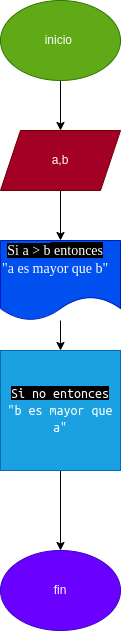
Above: diagrama.png in alam2408/mayor_2enteros (draw.io), before the change. Source tidied: cells renumbered, new cells last; positions are measured from the earlier drawing's top-left corner, leaving out a move shared by most shapes.
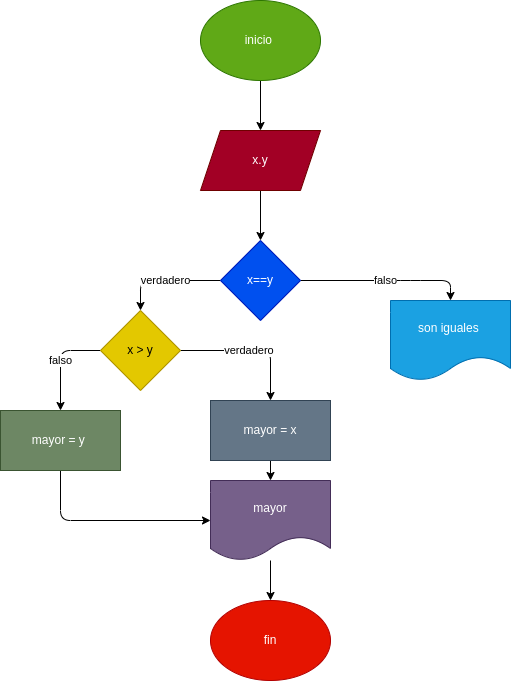
After the change.

Commit message:
subir archivo

Change to the diagram source:
```diff
@@ -8,26 +8,77 @@
     <mxCell id="3" value="inicio&amp;nbsp;" style="ellipse;whiteSpace=wrap;html=1;fillColor=#60a917;fontColor=#ffffff;strokeColor=#2D7600;" parent="1" vertex="1">
       <mxGeometry width="120" height="80" as="geometry" />
     </mxCell>
-    <mxCell id="4" style="edgeStyle=none;html=1;fontFamily=Verdana;" parent="1" edge="1" source="5" target="10">
-      <mxGeometry relative="1" as="geometry" />
-    </mxCell>
-    <mxCell id="5" value="&lt;div style=&quot;&quot;&gt;&lt;span style=&quot;background-color: rgb(0, 0, 0); color: rgb(255, 255, 255); font-family: &amp;quot;Söhne Mono&amp;quot;, Monaco, &amp;quot;Andale Mono&amp;quot;, &amp;quot;Ubuntu Mono&amp;quot;, monospace; font-size: 14px;&quot;&gt;Si no entonces&lt;/span&gt;&lt;/div&gt;&lt;span style=&quot;color: rgb(255, 255, 255); font-family: &amp;quot;Söhne Mono&amp;quot;, Monaco, &amp;quot;Andale Mono&amp;quot;, &amp;quot;Ubuntu Mono&amp;quot;, monospace; font-size: 14px; font-style: normal; font-variant-ligatures: normal; font-variant-caps: normal; font-weight: 400; letter-spacing: normal; orphans: 2; text-indent: 0px; text-transform: none; widows: 2; word-spacing: 0px; -webkit-text-stroke-width: 0px; background-color: rgb(0, 0, 0); text-decoration-thickness: initial; text-decoration-style: initial; text-decoration-color: initial; float: none; display: inline !important;&quot;&gt;&lt;div style=&quot;&quot;&gt;&quot;&lt;span style=&quot;border: 0px solid rgb(217, 217, 227); box-sizing: border-box; --tw-border-spacing-x:0; --tw-border-spacing-y:0; --tw-translate-x:0; --tw-translate-y:0; --tw-rotate:0; --tw-skew-x:0; --tw-skew-y:0; --tw-scale-x:1; --tw-scale-y:1; --tw-pan-x: ; --tw-pan-y: ; --tw-pinch-zoom: ; --tw-scroll-snap-strictness:proximity; --tw-ordinal: ; --tw-slashed-zero: ; --tw-numeric-figure: ; --tw-numeric-spacing: ; --tw-numeric-fraction: ; --tw-ring-inset: ; --tw-ring-offset-width:0px; --tw-ring-offset-color:#fff; --tw-ring-color:rgba(59,130,246,0.5); --tw-ring-offset-shadow:0 0 transparent; --tw-ring-shadow:0 0 transparent; --tw-shadow:0 0 transparent; --tw-shadow-colored:0 0 transparent; --tw-blur: ; --tw-brightness: ; --tw-contrast: ; --tw-grayscale: ; --tw-hue-rotate: ; --tw-invert: ; --tw-saturate: ; --tw-sepia: ; --tw-drop-shadow: ; --tw-backdrop-blur: ; --tw-backdrop-brightness: ; --tw-backdrop-contrast: ; --tw-backdrop-grayscale: ; --tw-backdrop-hue-rotate: ; --tw-backdrop-invert: ; --tw-backdrop-opacity: ; --tw-backdrop-saturate: ; --tw-backdrop-sepia: ;&quot; class=&quot;hljs-selector-tag&quot;&gt;b&lt;/span&gt; es mayor que &lt;span style=&quot;border: 0px solid rgb(217, 217, 227); box-sizing: border-box; --tw-border-spacing-x:0; --tw-border-spacing-y:0; --tw-translate-x:0; --tw-translate-y:0; --tw-rotate:0; --tw-skew-x:0; --tw-skew-y:0; --tw-scale-x:1; --tw-scale-y:1; --tw-pan-x: ; --tw-pan-y: ; --tw-pinch-zoom: ; --tw-scroll-snap-strictness:proximity; --tw-ordinal: ; --tw-slashed-zero: ; --tw-numeric-figure: ; --tw-numeric-spacing: ; --tw-numeric-fraction: ; --tw-ring-inset: ; --tw-ring-offset-width:0px; --tw-ring-offset-color:#fff; --tw-ring-color:rgba(59,130,246,0.5); --tw-ring-offset-shadow:0 0 transparent; --tw-ring-shadow:0 0 transparent; --tw-shadow:0 0 transparent; --tw-shadow-colored:0 0 transparent; --tw-blur: ; --tw-brightness: ; --tw-contrast: ; --tw-grayscale: ; --tw-hue-rotate: ; --tw-invert: ; --tw-saturate: ; --tw-sepia: ; --tw-drop-shadow: ; --tw-backdrop-blur: ; --tw-backdrop-brightness: ; --tw-backdrop-contrast: ; --tw-backdrop-grayscale: ; --tw-backdrop-hue-rotate: ; --tw-backdrop-invert: ; --tw-backdrop-opacity: ; --tw-backdrop-saturate: ; --tw-backdrop-sepia: ;&quot; class=&quot;hljs-selector-tag&quot;&gt;a&lt;/span&gt;&quot;&lt;/div&gt;&lt;/span&gt;" style="whiteSpace=wrap;html=1;align=center;fillColor=#1ba1e2;fontColor=#ffffff;strokeColor=#006EAF;" parent="1" vertex="1">
-      <mxGeometry y="350" width="120" height="120" as="geometry" />
-    </mxCell>
-    <mxCell id="6" style="edgeStyle=none;html=1;entryX=0.5;entryY=0;entryDx=0;entryDy=0;fontFamily=Verdana;" parent="1" edge="1" source="7" target="9">
-      <mxGeometry relative="1" as="geometry" />
+    <mxCell id="6" style="edgeStyle=none;html=1;entryX=0.5;entryY=0;entryDx=0;entryDy=0;fontFamily=Verdana;" parent="1" edge="1" source="7">
+      <mxGeometry relative="1" as="geometry">
+        <mxPoint x="60" y="240" as="targetPoint" />
+      </mxGeometry>
     </mxCell>
-    <mxCell id="7" value="a,b" style="shape=parallelogram;perimeter=parallelogramPerimeter;whiteSpace=wrap;html=1;fixedSize=1;fillColor=#a20025;fontColor=#ffffff;strokeColor=#6F0000;" parent="1" vertex="1">
+    <mxCell id="7" value="x.y" style="shape=parallelogram;perimeter=parallelogramPerimeter;whiteSpace=wrap;html=1;fixedSize=1;fillColor=#a20025;fontColor=#ffffff;strokeColor=#6F0000;" parent="1" vertex="1">
       <mxGeometry y="130" width="120" height="60" as="geometry" />
     </mxCell>
-    <mxCell id="8" style="edgeStyle=none;html=1;fontFamily=Verdana;" parent="1" edge="1" source="9" target="5">
-      <mxGeometry relative="1" as="geometry" />
-    </mxCell>
-    <mxCell id="9" value="&lt;p style=&quot;line-height: 100%;&quot;&gt;&lt;/p&gt;&lt;div style=&quot;text-align: center;&quot;&gt;&lt;font style=&quot;background-color: initial;&quot; face=&quot;Verdana&quot;&gt;&lt;span style=&quot;color: rgb(255, 255, 255); font-size: 14px; background-color: rgb(0, 0, 0);&quot;&gt;Si &lt;/span&gt;&lt;span style=&quot;border: 0px solid rgb(217, 217, 227); box-sizing: border-box; --tw-border-spacing-x:0; --tw-border-spacing-y:0; --tw-translate-x:0; --tw-translate-y:0; --tw-rotate:0; --tw-skew-x:0; --tw-skew-y:0; --tw-scale-x:1; --tw-scale-y:1; --tw-pan-x: ; --tw-pan-y: ; --tw-pinch-zoom: ; --tw-scroll-snap-strictness:proximity; --tw-ordinal: ; --tw-slashed-zero: ; --tw-numeric-figure: ; --tw-numeric-spacing: ; --tw-numeric-fraction: ; --tw-ring-inset: ; --tw-ring-offset-width:0px; --tw-ring-offset-color:#fff; --tw-ring-color:rgba(59,130,246,0.5); --tw-ring-offset-shadow:0 0 transparent; --tw-ring-shadow:0 0 transparent; --tw-shadow:0 0 transparent; --tw-shadow-colored:0 0 transparent; --tw-blur: ; --tw-brightness: ; --tw-contrast: ; --tw-grayscale: ; --tw-hue-rotate: ; --tw-invert: ; --tw-saturate: ; --tw-sepia: ; --tw-drop-shadow: ; --tw-backdrop-blur: ; --tw-backdrop-brightness: ; --tw-backdrop-contrast: ; --tw-backdrop-grayscale: ; --tw-backdrop-hue-rotate: ; --tw-backdrop-invert: ; --tw-backdrop-opacity: ; --tw-backdrop-saturate: ; --tw-backdrop-sepia: ; color: rgb(255, 255, 255); font-size: 14px; background-color: rgb(0, 0, 0);&quot; class=&quot;hljs-selector-tag&quot;&gt;a&lt;/span&gt;&lt;span style=&quot;color: rgb(255, 255, 255); font-size: 14px; background-color: rgb(0, 0, 0);&quot;&gt; &amp;gt; &lt;/span&gt;&lt;span style=&quot;border: 0px solid rgb(217, 217, 227); box-sizing: border-box; --tw-border-spacing-x:0; --tw-border-spacing-y:0; --tw-translate-x:0; --tw-translate-y:0; --tw-rotate:0; --tw-skew-x:0; --tw-skew-y:0; --tw-scale-x:1; --tw-scale-y:1; --tw-pan-x: ; --tw-pan-y: ; --tw-pinch-zoom: ; --tw-scroll-snap-strictness:proximity; --tw-ordinal: ; --tw-slashed-zero: ; --tw-numeric-figure: ; --tw-numeric-spacing: ; --tw-numeric-fraction: ; --tw-ring-inset: ; --tw-ring-offset-width:0px; --tw-ring-offset-color:#fff; --tw-ring-color:rgba(59,130,246,0.5); --tw-ring-offset-shadow:0 0 transparent; --tw-ring-shadow:0 0 transparent; --tw-shadow:0 0 transparent; --tw-shadow-colored:0 0 transparent; --tw-blur: ; --tw-brightness: ; --tw-contrast: ; --tw-grayscale: ; --tw-hue-rotate: ; --tw-invert: ; --tw-saturate: ; --tw-sepia: ; --tw-drop-shadow: ; --tw-backdrop-blur: ; --tw-backdrop-brightness: ; --tw-backdrop-contrast: ; --tw-backdrop-grayscale: ; --tw-backdrop-hue-rotate: ; --tw-backdrop-invert: ; --tw-backdrop-opacity: ; --tw-backdrop-saturate: ; --tw-backdrop-sepia: ; color: rgb(255, 255, 255); font-size: 14px; background-color: rgb(0, 0, 0);&quot; class=&quot;hljs-selector-tag&quot;&gt;b&lt;/span&gt;&lt;/font&gt;&lt;span style=&quot;color: rgb(255, 255, 255); font-size: 14px; background-color: rgb(0, 0, 0);&quot;&gt;&lt;font face=&quot;Verdana&quot;&gt; entonces&lt;/font&gt;&lt;/span&gt;&lt;/div&gt;&lt;span style=&quot;orphans: 2; text-indent: 0px; widows: 2; background-color: rgb(0, 0, 0); text-decoration-thickness: initial; text-decoration-style: initial; text-decoration-color: initial; float: none; display: inline !important;&quot;&gt;&lt;div style=&quot;color: rgb(255, 255, 255); font-size: 14px; font-style: normal; font-variant-ligatures: normal; font-variant-caps: normal; font-weight: 400; letter-spacing: normal; text-transform: none; word-spacing: 0px; -webkit-text-stroke-width: 0px; text-align: center;&quot;&gt;&lt;span style=&quot;font-family: Verdana;&quot;&gt;&quot;&lt;/span&gt;&lt;span style=&quot;font-family: Verdana; border: 0px solid rgb(217, 217, 227); box-sizing: border-box; --tw-border-spacing-x:0; --tw-border-spacing-y:0; --tw-translate-x:0; --tw-translate-y:0; --tw-rotate:0; --tw-skew-x:0; --tw-skew-y:0; --tw-scale-x:1; --tw-scale-y:1; --tw-pan-x: ; --tw-pan-y: ; --tw-pinch-zoom: ; --tw-scroll-snap-strictness:proximity; --tw-ordinal: ; --tw-slashed-zero: ; --tw-numeric-figure: ; --tw-numeric-spacing: ; --tw-numeric-fraction: ; --tw-ring-inset: ; --tw-ring-offset-width:0px; --tw-ring-offset-color:#fff; --tw-ring-color:rgba(59,130,246,0.5); --tw-ring-offset-shadow:0 0 transparent; --tw-ring-shadow:0 0 transparent; --tw-shadow:0 0 transparent; --tw-shadow-colored:0 0 transparent; --tw-blur: ; --tw-brightness: ; --tw-contrast: ; --tw-grayscale: ; --tw-hue-rotate: ; --tw-invert: ; --tw-saturate: ; --tw-sepia: ; --tw-drop-shadow: ; --tw-backdrop-blur: ; --tw-backdrop-brightness: ; --tw-backdrop-contrast: ; --tw-backdrop-grayscale: ; --tw-backdrop-hue-rotate: ; --tw-backdrop-invert: ; --tw-backdrop-opacity: ; --tw-backdrop-saturate: ; --tw-backdrop-sepia: ;&quot; class=&quot;hljs-selector-tag&quot;&gt;a&lt;/span&gt;&lt;span style=&quot;font-family: Verdana;&quot;&gt; es mayor que &lt;/span&gt;&lt;span style=&quot;font-family: Verdana; border: 0px solid rgb(217, 217, 227); box-sizing: border-box; --tw-border-spacing-x:0; --tw-border-spacing-y:0; --tw-translate-x:0; --tw-translate-y:0; --tw-rotate:0; --tw-skew-x:0; --tw-skew-y:0; --tw-scale-x:1; --tw-scale-y:1; --tw-pan-x: ; --tw-pan-y: ; --tw-pinch-zoom: ; --tw-scroll-snap-strictness:proximity; --tw-ordinal: ; --tw-slashed-zero: ; --tw-numeric-figure: ; --tw-numeric-spacing: ; --tw-numeric-fraction: ; --tw-ring-inset: ; --tw-ring-offset-width:0px; --tw-ring-offset-color:#fff; --tw-ring-color:rgba(59,130,246,0.5); --tw-ring-offset-shadow:0 0 transparent; --tw-ring-shadow:0 0 transparent; --tw-shadow:0 0 transparent; --tw-shadow-colored:0 0 transparent; --tw-blur: ; --tw-brightness: ; --tw-contrast: ; --tw-grayscale: ; --tw-hue-rotate: ; --tw-invert: ; --tw-saturate: ; --tw-sepia: ; --tw-drop-shadow: ; --tw-backdrop-blur: ; --tw-backdrop-brightness: ; --tw-backdrop-contrast: ; --tw-backdrop-grayscale: ; --tw-backdrop-hue-rotate: ; --tw-backdrop-invert: ; --tw-backdrop-opacity: ; --tw-backdrop-saturate: ; --tw-backdrop-sepia: ;&quot; class=&quot;hljs-selector-tag&quot;&gt;b&lt;/span&gt;&lt;span style=&quot;font-family: Verdana;&quot;&gt;&quot;&lt;/span&gt;&lt;/div&gt;&lt;div style=&quot;text-align: center;&quot;&gt;&lt;font color=&quot;#ffffff&quot;&gt;&lt;span style=&quot;font-size: 14px;&quot;&gt;&lt;br&gt;&lt;/span&gt;&lt;/font&gt;&lt;/div&gt;&lt;/span&gt;&lt;p&gt;&lt;/p&gt;" style="shape=document;whiteSpace=wrap;html=1;boundedLbl=1;align=left;fillColor=#0050ef;fontColor=#ffffff;strokeColor=#001DBC;" parent="1" vertex="1">
-      <mxGeometry y="240" width="120" height="80" as="geometry" />
-    </mxCell>
+    <mxCell id="11" value="verdadero" style="edgeStyle=none;html=1;exitX=0;exitY=0.5;exitDx=0;exitDy=0;" parent="1" edge="1" source="13" target="16">
+      <mxGeometry relative="1" as="geometry">
+        <Array as="points">
+          <mxPoint x="-60" y="280" />
+        </Array>
+      </mxGeometry>
+    </mxCell>
+    <mxCell id="12" value="falso" style="edgeStyle=none;html=1;" parent="1" edge="1" source="13" target="17">
+      <mxGeometry relative="1" as="geometry">
+        <Array as="points">
+          <mxPoint x="210" y="280" />
+          <mxPoint x="250" y="280" />
+        </Array>
+      </mxGeometry>
+    </mxCell>
+    <mxCell id="13" value="x==y" style="rhombus;whiteSpace=wrap;html=1;fillColor=#0050ef;fontColor=#ffffff;strokeColor=#001DBC;" parent="1" vertex="1">
+      <mxGeometry x="20" y="240" width="80" height="80" as="geometry" />
+    </mxCell>
+    <mxCell id="14" value="verdadero&amp;nbsp;" style="edgeStyle=none;html=1;" parent="1" edge="1" source="16" target="19">
+      <mxGeometry relative="1" as="geometry">
+        <Array as="points">
+          <mxPoint x="40" y="350" />
+          <mxPoint x="70" y="350" />
+        </Array>
+      </mxGeometry>
+    </mxCell>
+    <mxCell id="15" value="falso" style="edgeStyle=none;html=1;" parent="1" edge="1" source="16" target="21">
+      <mxGeometry relative="1" as="geometry">
+        <Array as="points">
+          <mxPoint x="-140" y="350" />
+        </Array>
+      </mxGeometry>
+    </mxCell>
+    <mxCell id="16" value="x &amp;gt; y" style="rhombus;whiteSpace=wrap;html=1;fillColor=#e3c800;fontColor=#000000;strokeColor=#B09500;" parent="1" vertex="1">
+      <mxGeometry x="-100" y="310" width="80" height="80" as="geometry" />
+    </mxCell>
+    <mxCell id="17" value="son iguales&amp;nbsp;" style="shape=document;whiteSpace=wrap;html=1;boundedLbl=1;fillColor=#1ba1e2;fontColor=#ffffff;strokeColor=#006EAF;" parent="1" vertex="1">
+      <mxGeometry x="190" y="300" width="120" height="80" as="geometry" />
+    </mxCell>
+    <mxCell id="18" style="edgeStyle=none;html=1;" parent="1" edge="1" source="19" target="23">
+      <mxGeometry relative="1" as="geometry" />
+    </mxCell>
+    <mxCell id="19" value="mayor = x" style="rounded=0;whiteSpace=wrap;html=1;fillColor=#647687;fontColor=#ffffff;strokeColor=#314354;" parent="1" vertex="1">
+      <mxGeometry x="10" y="400" width="120" height="60" as="geometry" />
+    </mxCell>
+    <mxCell id="20" style="edgeStyle=none;html=1;entryX=0;entryY=0.5;entryDx=0;entryDy=0;" parent="1" edge="1" source="21" target="23">
+      <mxGeometry relative="1" as="geometry">
+        <Array as="points">
+          <mxPoint x="-140" y="520" />
+        </Array>
+      </mxGeometry>
+    </mxCell>
+    <mxCell id="21" value="mayor = y&amp;nbsp;" style="rounded=0;whiteSpace=wrap;html=1;fillColor=#6d8764;fontColor=#ffffff;strokeColor=#3A5431;" parent="1" vertex="1">
+      <mxGeometry x="-200" y="410" width="120" height="60" as="geometry" />
+    </mxCell>
+    <mxCell id="22" style="edgeStyle=none;html=1;" parent="1" edge="1" source="23" target="10">
+      <mxGeometry relative="1" as="geometry" />
+    </mxCell>
+    <mxCell id="23" value="mayor" style="shape=document;whiteSpace=wrap;html=1;boundedLbl=1;fillColor=#76608a;fontColor=#ffffff;strokeColor=#432D57;" parent="1" vertex="1">
+      <mxGeometry x="10" y="480" width="120" height="80" as="geometry" />
+    </mxCell>
-    <mxCell id="10" value="fin" style="ellipse;whiteSpace=wrap;html=1;fillColor=#6a00ff;fontColor=#ffffff;strokeColor=#3700CC;" parent="1" vertex="1">
-      <mxGeometry y="550" width="120" height="80" as="geometry" />
+    <mxCell id="10" value="fin" style="ellipse;whiteSpace=wrap;html=1;fillColor=#e51400;fontColor=#ffffff;strokeColor=#B20000;" parent="1" vertex="1">
+      <mxGeometry x="10" y="600" width="120" height="80" as="geometry" />
     </mxCell>
   </root>
 </mxGraphModel>
```
